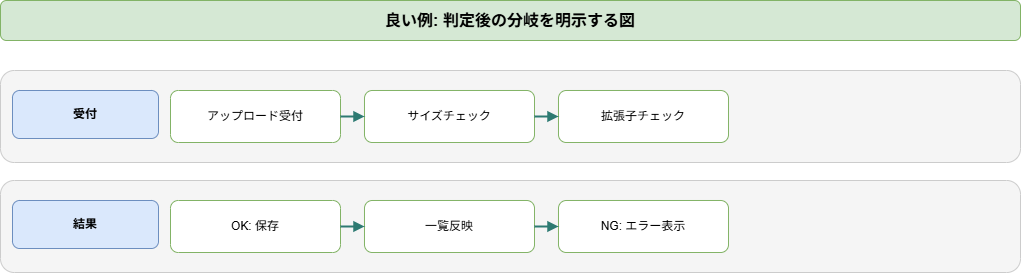
Earlier version of the draw.io export docs/zukai-drill/data/diagrams/easy-upload-validation_good-diagram.drawio.png (kaku3/workbooks). Source tidied: cells renumbered, new cells last; positions are measured from the earlier drawing's top-left corner, leaving out a move shared by most shapes. Its diagram source:
```xml
<mxGraphModel>
  <root>
    <mxCell id="0" />
    <mxCell id="1" parent="0" />
    <mxCell id="2" value="良い例: 判定後の分岐を明示する図" style="rounded=1;whiteSpace=wrap;html=1;fillColor=#d5e8d4;strokeColor=#82b366;fontSize=16;fontStyle=1;" parent="1" vertex="1">
      <mxGeometry width="1020" height="40" as="geometry" />
    </mxCell>
    <mxCell id="3" style="rounded=1;whiteSpace=wrap;html=1;fillColor=#f5f5f5;strokeColor=#cccccc;" parent="1" vertex="1">
      <mxGeometry y="70" width="1020" height="92" as="geometry" />
    </mxCell>
    <mxCell id="4" value="受付" style="rounded=1;whiteSpace=wrap;html=1;fillColor=#dae8fc;strokeColor=#6c8ebf;fontStyle=1;" parent="1" vertex="1">
      <mxGeometry x="12" y="90" width="146" height="48" as="geometry" />
    </mxCell>
    <mxCell id="5" value="アップロード受付" style="rounded=1;whiteSpace=wrap;html=1;fillColor=#ffffff;strokeColor=#82b366;" parent="1" vertex="1">
      <mxGeometry x="170" y="90" width="170" height="52" as="geometry" />
    </mxCell>
    <mxCell id="6" value="サイズチェック" style="rounded=1;whiteSpace=wrap;html=1;fillColor=#ffffff;strokeColor=#82b366;" parent="1" vertex="1">
      <mxGeometry x="364" y="90" width="170" height="52" as="geometry" />
    </mxCell>
    <mxCell id="7" style="endArrow=block;html=1;rounded=0;strokeColor=#2d7a72;strokeWidth=2;" parent="1" edge="1" source="5" target="6">
      <mxGeometry relative="1" as="geometry" />
    </mxCell>
    <mxCell id="8" value="拡張子チェック" style="rounded=1;whiteSpace=wrap;html=1;fillColor=#ffffff;strokeColor=#82b366;" parent="1" vertex="1">
      <mxGeometry x="558" y="90" width="170" height="52" as="geometry" />
    </mxCell>
    <mxCell id="9" style="endArrow=block;html=1;rounded=0;strokeColor=#2d7a72;strokeWidth=2;" parent="1" edge="1" source="6" target="8">
      <mxGeometry relative="1" as="geometry" />
    </mxCell>
    <mxCell id="10" style="rounded=1;whiteSpace=wrap;html=1;fillColor=#f5f5f5;strokeColor=#cccccc;" parent="1" vertex="1">
      <mxGeometry y="180" width="1020" height="92" as="geometry" />
    </mxCell>
    <mxCell id="11" value="結果" style="rounded=1;whiteSpace=wrap;html=1;fillColor=#dae8fc;strokeColor=#6c8ebf;fontStyle=1;" parent="1" vertex="1">
      <mxGeometry x="12" y="200" width="146" height="48" as="geometry" />
    </mxCell>
    <mxCell id="12" value="OK: 保存" style="rounded=1;whiteSpace=wrap;html=1;fillColor=#ffffff;strokeColor=#82b366;" parent="1" vertex="1">
      <mxGeometry x="170" y="200" width="170" height="52" as="geometry" />
    </mxCell>
    <mxCell id="13" value="一覧反映" style="rounded=1;whiteSpace=wrap;html=1;fillColor=#ffffff;strokeColor=#82b366;" parent="1" vertex="1">
      <mxGeometry x="364" y="200" width="170" height="52" as="geometry" />
    </mxCell>
    <mxCell id="14" style="endArrow=block;html=1;rounded=0;strokeColor=#2d7a72;strokeWidth=2;" parent="1" edge="1" source="12" target="13">
      <mxGeometry relative="1" as="geometry" />
    </mxCell>
    <mxCell id="15" value="NG: エラー表示" style="rounded=1;whiteSpace=wrap;html=1;fillColor=#ffffff;strokeColor=#82b366;" parent="1" vertex="1">
      <mxGeometry x="558" y="200" width="170" height="52" as="geometry" />
    </mxCell>
    <mxCell id="16" style="endArrow=block;html=1;rounded=0;strokeColor=#2d7a72;strokeWidth=2;" parent="1" edge="1" source="13" target="15">
      <mxGeometry relative="1" as="geometry" />
    </mxCell>
  </root>
</mxGraphModel>
```
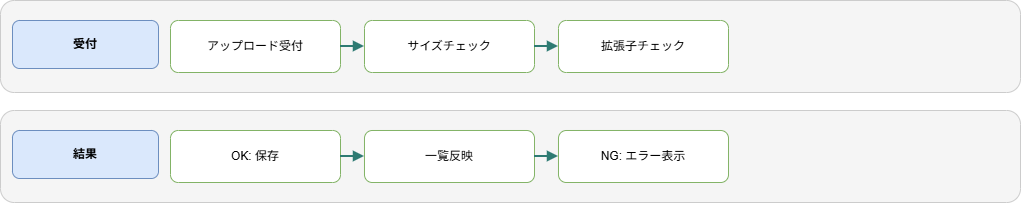
After the change.

What changed in the source:
```diff
@@ -2,9 +2,6 @@
   <root>
     <mxCell id="0" />
     <mxCell id="1" parent="0" />
-    <mxCell id="2" value="良い例: 判定後の分岐を明示する図" style="rounded=1;whiteSpace=wrap;html=1;fillColor=#d5e8d4;strokeColor=#82b366;fontSize=16;fontStyle=1;" parent="1" vertex="1">
-      <mxGeometry width="1020" height="40" as="geometry" />
-    </mxCell>
     <mxCell id="3" style="rounded=1;whiteSpace=wrap;html=1;fillColor=#f5f5f5;strokeColor=#cccccc;" parent="1" vertex="1">
       <mxGeometry y="70" width="1020" height="92" as="geometry" />
     </mxCell>
```
